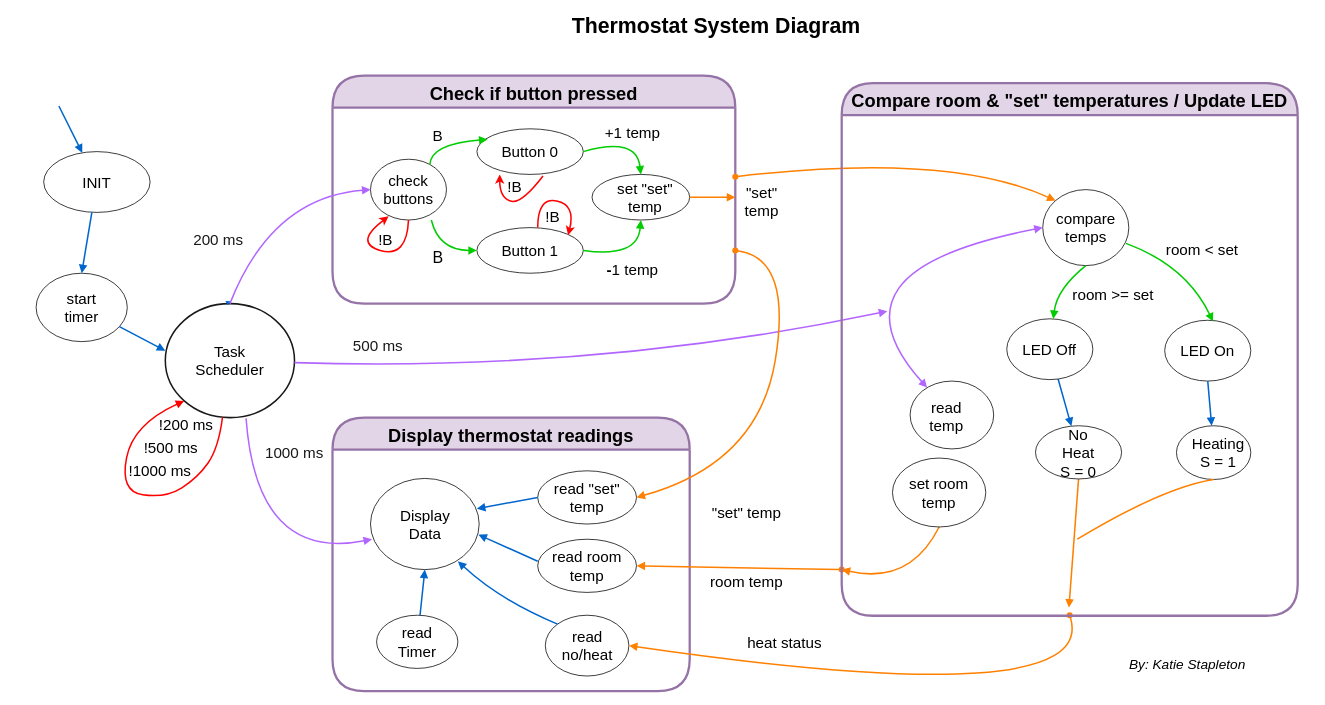
Above: CS350-FinalProjectdocumentation.drawio in katiestapleton/embeddedSysThermostat (draw.io), before the change. Source tidied: cells renumbered, new cells numbered last; positions are measured from the earlier drawing's top-left corner, leaving out a move shared by most shapes. Both pictures are drawn from the tidied source at 76%, with x=0, y=0 at pixel (13, 14).
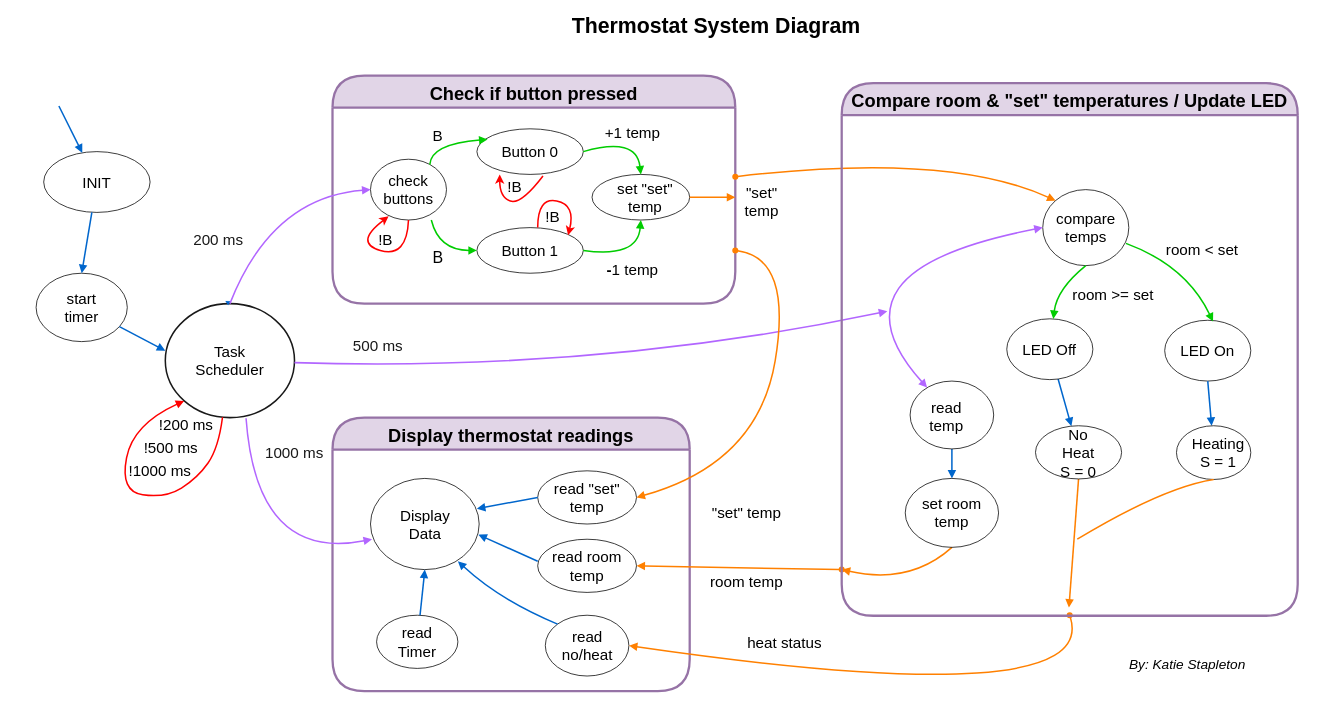
The same diagram, later.

The change refers to these unchanged cells:
```xml
<mxCell id="89" style="group;" parent="88" vertex="1">
  <mxGeometry x="18.9" y="78" width="595" height="533.9" as="geometry" />
</mxCell>
<mxCell id="112" style="ellipse;whiteSpace=wrap;html=1;rounded=0;shadow=0;strokeWidth=1;fillColor=none;fontSize=24;align=right;" parent="89" vertex="1">
  <mxGeometry x="71.1" y="313.9" width="110" height="89.3" as="geometry" />
</mxCell>
```

Diff of the diagram source:
```diff
@@
     <mxCell id="104" style="ellipse;whiteSpace=wrap;html=1;rounded=0;shadow=0;strokeWidth=1;fillColor=none;fontSize=24;align=right;" parent="89" vertex="1">
-      <mxGeometry x="47.9" y="415.2" width="122.8" height="90.7" as="geometry" />
+      <mxGeometry x="64.7" y="442" width="122.8" height="90.7" as="geometry" />
     </mxCell>
@@
     <mxCell id="111" value="set room temp" style="text;html=1;strokeColor=none;fillColor=none;align=center;verticalAlign=middle;whiteSpace=wrap;rounded=0;shadow=0;fontSize=20;" parent="89" vertex="1">
-      <mxGeometry x="67.1" y="443.4" width="84.3" height="34.3" as="geometry" />
+      <mxGeometry x="84" y="470.2" width="84.3" height="34.3" as="geometry" />
     </mxCell>
+    <mxCell id="114" style="edgeStyle=none;curved=1;jettySize=auto;html=1;exitX=0.5;exitY=1;exitDx=0;exitDy=0;entryX=0.5;entryY=0;entryDx=0;entryDy=0;fontSize=24;startArrow=none;startFill=0;endArrow=block;endFill=1;strokeColor=#0066CC;strokeWidth=2;" parent="89" edge="1" source="112" target="104">
+      <mxGeometry relative="1" as="geometry" />
+    </mxCell>
```
